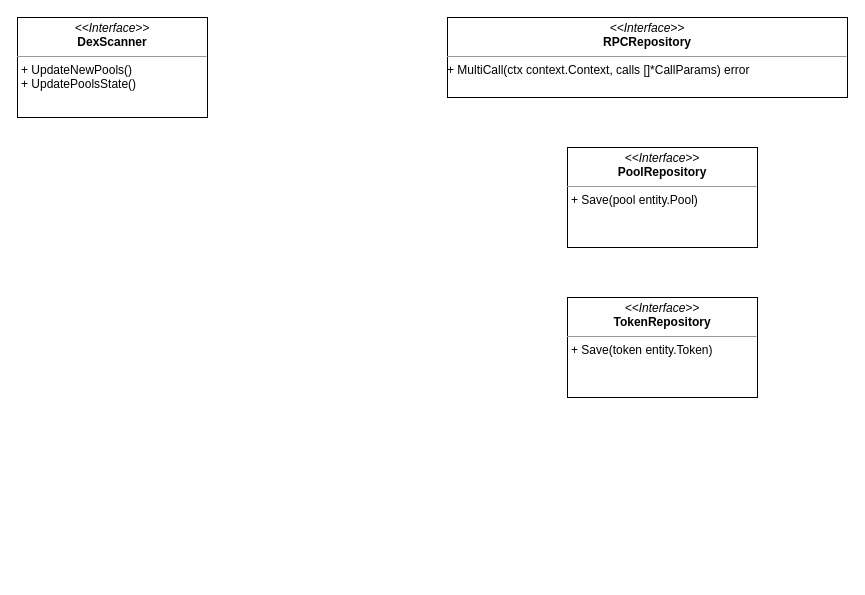
Earlier version of the draw.io diagram aggregator/Pool Scanner Interfaces.drawio (piavgh/draw.io-data). Source tidied: cells renumbered, new cells numbered last; positions are measured from the earlier drawing's top-left corner, leaving out a move shared by most shapes. Both pictures are drawn from the tidied source at 100%, with x=0, y=0 at pixel (17, 17).
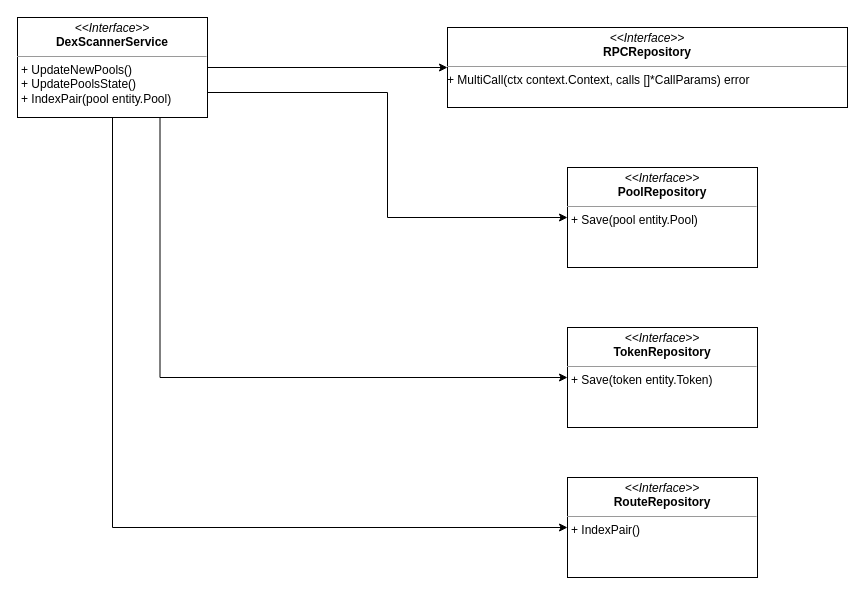
Above is the later version.

The edit, as a diff of the source:
```diff
@@
 <mxGraphModel>
   <root>
     <mxCell id="0" />
     <mxCell id="1" parent="0" />
+    <mxCell id="6" style="edgeStyle=orthogonalEdgeStyle;rounded=0;jettySize=auto;html=1;entryX=0;entryY=0.5;entryDx=0;entryDy=0;" parent="1" edge="1" source="2" target="3">
+      <mxGeometry relative="1" as="geometry" />
+    </mxCell>
+    <mxCell id="7" style="edgeStyle=orthogonalEdgeStyle;rounded=0;jettySize=auto;html=1;exitX=1;exitY=0.75;exitDx=0;exitDy=0;entryX=0;entryY=0.5;entryDx=0;entryDy=0;" parent="1" edge="1" source="2" target="4">
+      <mxGeometry relative="1" as="geometry" />
+    </mxCell>
+    <mxCell id="8" style="edgeStyle=orthogonalEdgeStyle;rounded=0;jettySize=auto;html=1;exitX=0.75;exitY=1;exitDx=0;exitDy=0;entryX=0;entryY=0.5;entryDx=0;entryDy=0;" parent="1" edge="1" source="2" target="5">
+      <mxGeometry relative="1" as="geometry" />
+    </mxCell>
+    <mxCell id="9" style="edgeStyle=orthogonalEdgeStyle;rounded=0;jettySize=auto;html=1;exitX=0.5;exitY=1;exitDx=0;exitDy=0;entryX=0;entryY=0.5;entryDx=0;entryDy=0;" parent="1" edge="1" source="2" target="10">
+      <mxGeometry relative="1" as="geometry" />
+    </mxCell>
-    <mxCell id="2" value="&lt;p style=&quot;margin:0px;margin-top:4px;text-align:center;&quot;&gt;&lt;i&gt;&amp;lt;&amp;lt;Interface&amp;gt;&amp;gt;&lt;/i&gt;&lt;br&gt;&lt;b&gt;DexScanner&lt;/b&gt;&lt;/p&gt;&lt;hr size=&quot;1&quot;&gt;&lt;p style=&quot;margin:0px;margin-left:4px;&quot;&gt;+ UpdateNewPools()&lt;br&gt;+ UpdatePoolsState()&lt;/p&gt;" style="verticalAlign=top;align=left;overflow=fill;fontSize=12;fontFamily=Helvetica;html=1;" parent="1" vertex="1">
+    <mxCell id="2" value="&lt;p style=&quot;margin:0px;margin-top:4px;text-align:center;&quot;&gt;&lt;i&gt;&amp;lt;&amp;lt;Interface&amp;gt;&amp;gt;&lt;/i&gt;&lt;br&gt;&lt;b&gt;DexScannerService&lt;/b&gt;&lt;/p&gt;&lt;hr size=&quot;1&quot;&gt;&lt;p style=&quot;margin:0px;margin-left:4px;&quot;&gt;+ UpdateNewPools()&lt;br&gt;+ UpdatePoolsState()&lt;br&gt;+ IndexPair(pool entity.Pool)&lt;/p&gt;" style="verticalAlign=top;align=left;overflow=fill;fontSize=12;fontFamily=Helvetica;html=1;" parent="1" vertex="1">
       <mxGeometry width="190" height="100" as="geometry" />
     </mxCell>
     <mxCell id="3" value="&lt;p style=&quot;margin:0px;margin-top:4px;text-align:center;&quot;&gt;&lt;i&gt;&amp;lt;&amp;lt;Interface&amp;gt;&amp;gt;&lt;/i&gt;&lt;br&gt;&lt;b&gt;RPCRepository&lt;/b&gt;&lt;/p&gt;&lt;hr size=&quot;1&quot;&gt;&lt;p style=&quot;margin:0px;margin-left:4px;&quot;&gt;&lt;/p&gt;+ MultiCall(ctx context.Context, calls []*CallParams) error" style="verticalAlign=top;align=left;overflow=fill;fontSize=12;fontFamily=Helvetica;html=1;" parent="1" vertex="1">
-      <mxGeometry x="430" width="400" height="80" as="geometry" />
+      <mxGeometry x="430" y="10" width="400" height="80" as="geometry" />
     </mxCell>
     <mxCell id="4" value="&lt;p style=&quot;margin:0px;margin-top:4px;text-align:center;&quot;&gt;&lt;i&gt;&amp;lt;&amp;lt;Interface&amp;gt;&amp;gt;&lt;/i&gt;&lt;br&gt;&lt;b&gt;PoolRepository&lt;/b&gt;&lt;/p&gt;&lt;hr size=&quot;1&quot;&gt;&lt;p style=&quot;margin:0px;margin-left:4px;&quot;&gt;+ Save(pool entity.Pool)&lt;/p&gt;" style="verticalAlign=top;align=left;overflow=fill;fontSize=12;fontFamily=Helvetica;html=1;" parent="1" vertex="1">
-      <mxGeometry x="550" y="130" width="190" height="100" as="geometry" />
+      <mxGeometry x="550" y="150" width="190" height="100" as="geometry" />
     </mxCell>
     <mxCell id="5" value="&lt;p style=&quot;margin:0px;margin-top:4px;text-align:center;&quot;&gt;&lt;i&gt;&amp;lt;&amp;lt;Interface&amp;gt;&amp;gt;&lt;/i&gt;&lt;br&gt;&lt;b&gt;TokenRepository&lt;/b&gt;&lt;/p&gt;&lt;hr size=&quot;1&quot;&gt;&lt;p style=&quot;margin:0px;margin-left:4px;&quot;&gt;+ Save(token entity.Token)&lt;/p&gt;" style="verticalAlign=top;align=left;overflow=fill;fontSize=12;fontFamily=Helvetica;html=1;" parent="1" vertex="1">
-      <mxGeometry x="550" y="280" width="190" height="100" as="geometry" />
+      <mxGeometry x="550" y="310" width="190" height="100" as="geometry" />
     </mxCell>
+    <mxCell id="10" value="&lt;p style=&quot;margin:0px;margin-top:4px;text-align:center;&quot;&gt;&lt;i&gt;&amp;lt;&amp;lt;Interface&amp;gt;&amp;gt;&lt;/i&gt;&lt;br&gt;&lt;b&gt;RouteRepository&lt;/b&gt;&lt;/p&gt;&lt;hr size=&quot;1&quot;&gt;&lt;p style=&quot;margin:0px;margin-left:4px;&quot;&gt;+ IndexPair()&lt;/p&gt;" style="verticalAlign=top;align=left;overflow=fill;fontSize=12;fontFamily=Helvetica;html=1;" parent="1" vertex="1">
+      <mxGeometry x="550" y="460" width="190" height="100" as="geometry" />
+    </mxCell>
   </root>
 </mxGraphModel>
```
